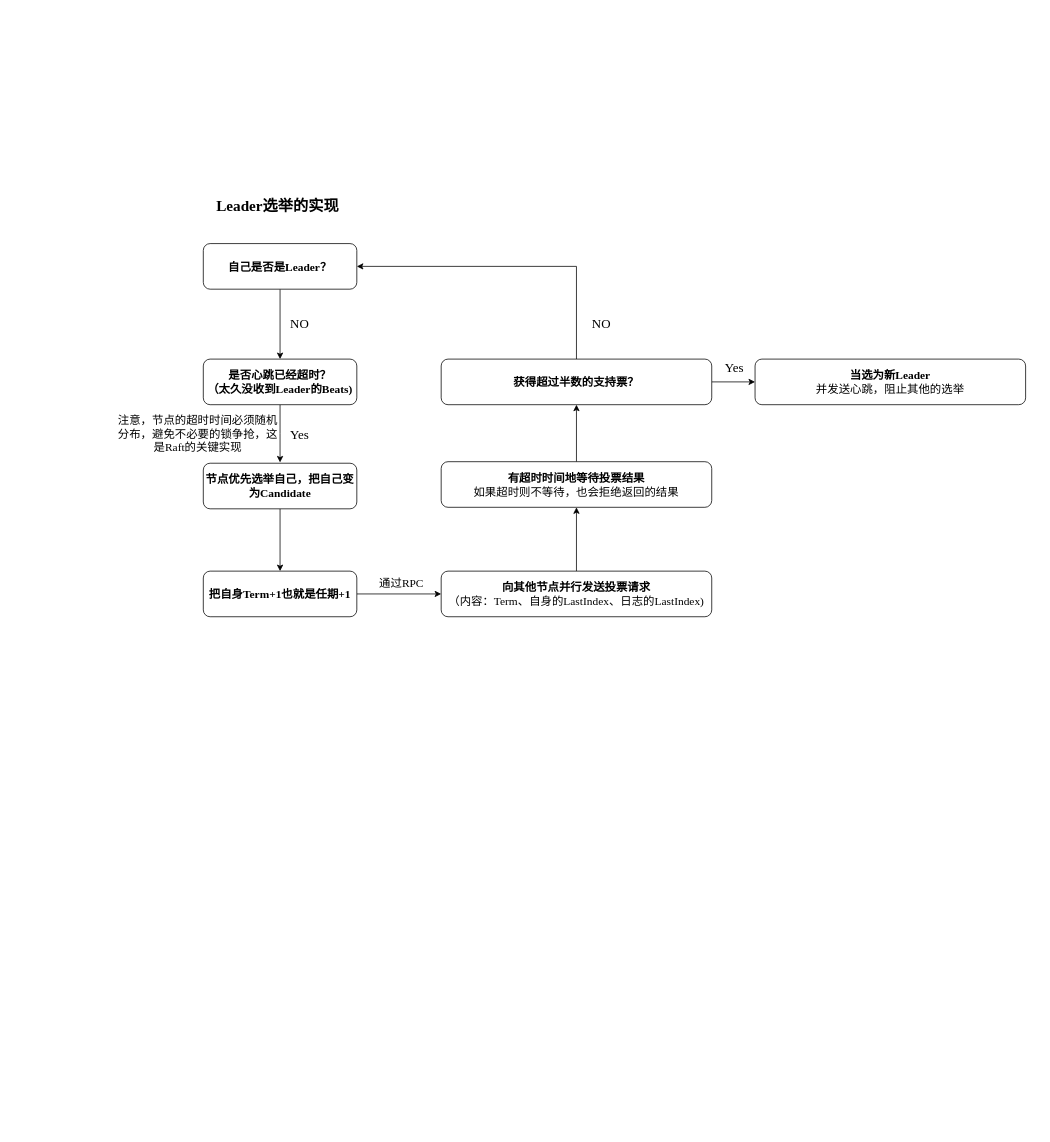
This is Raft.drawio from RK-JD/DrawIO, a draw.io file, before an edit. Source tidied: cells renumbered, new cells numbered last; positions are measured from the earlier drawing's top-left corner, leaving out a move shared by most shapes. Both pictures are drawn from the tidied source at 76%, with x=0, y=0 at pixel (116, 178).
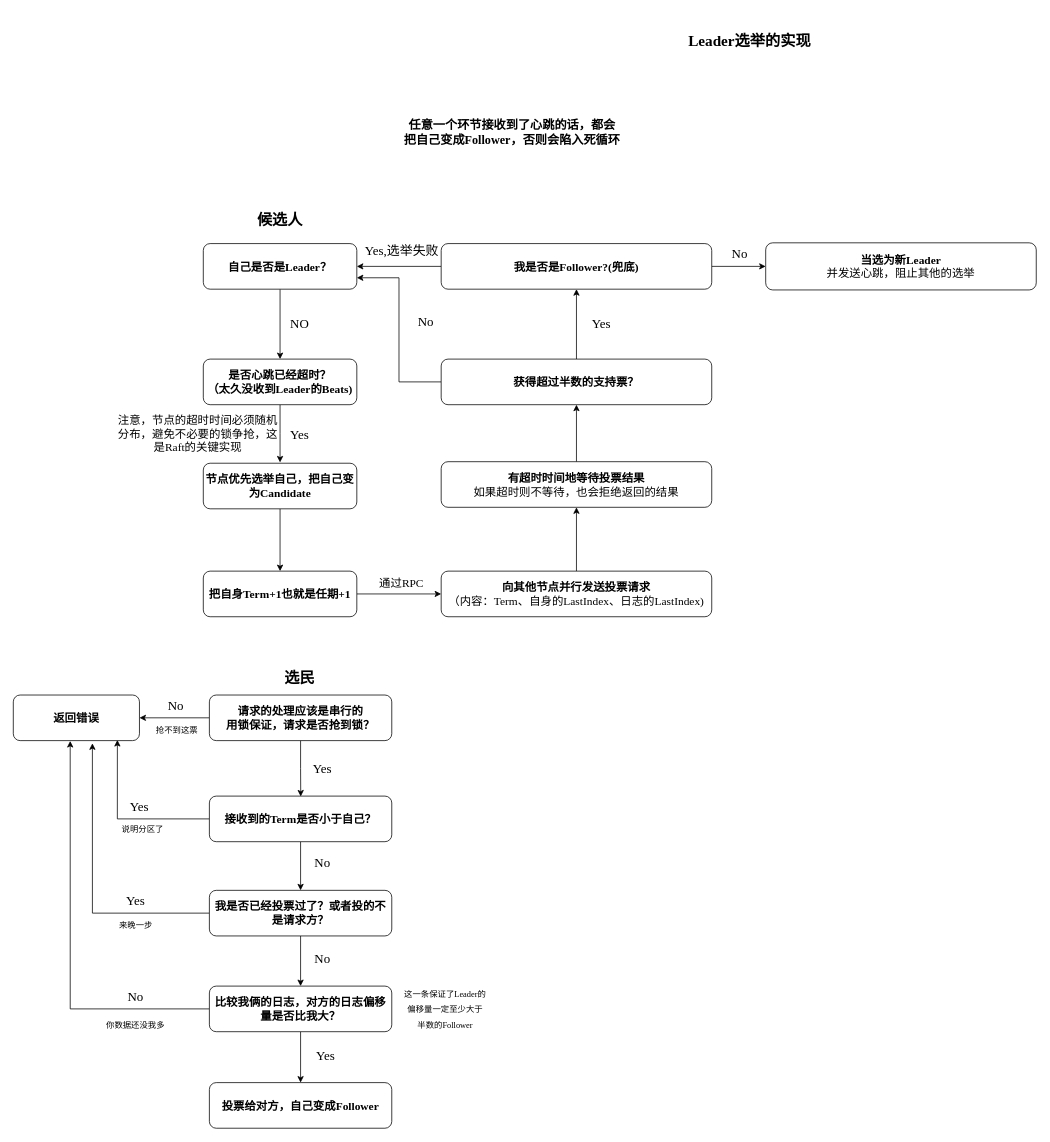
The same page after the edit.

The change refers to these unchanged cells:
```xml
<mxCell id="4" value="&lt;font face=&quot;Times New Roman&quot; style=&quot;font-size: 15px;&quot;&gt;&lt;b&gt;自己是否是Leader？&lt;/b&gt;&lt;/font&gt;" style="rounded=1;whiteSpace=wrap;html=1;" parent="1" vertex="1">
  <mxGeometry x="115" y="86" width="202" height="60" as="geometry" />
</mxCell>
<mxCell id="21" value="&lt;b style=&quot;border-color: var(--border-color); font-family: &amp;quot;Times New Roman&amp;quot;; font-size: 15px;&quot;&gt;获得超过半数的支持票？&lt;/b&gt;&lt;font face=&quot;Times New Roman&quot; style=&quot;font-size: 15px;&quot;&gt;&lt;br&gt;&lt;/font&gt;" style="rounded=1;whiteSpace=wrap;html=1;" parent="1" vertex="1">
  <mxGeometry x="428" y="238" width="356" height="60" as="geometry" />
</mxCell>
```

What changed in the source:
```diff
@@
     <mxCell id="2" value="Leader选举的实现" style="text;html=1;strokeColor=none;fillColor=none;align=center;verticalAlign=middle;whiteSpace=wrap;rounded=0;fontStyle=1;fontFamily=Times New Roman;fontSize=20;labelBorderColor=none;" parent="1" vertex="1">
-      <mxGeometry x="98" width="230" height="70" as="geometry" />
+      <mxGeometry x="719" y="-217" width="230" height="70" as="geometry" />
     </mxCell>
@@
-    <mxCell id="19" style="edgeStyle=orthogonalEdgeStyle;rounded=0;jettySize=auto;html=1;exitX=1;exitY=0.5;exitDx=0;exitDy=0;entryX=0;entryY=0.5;entryDx=0;entryDy=0;" parent="1" edge="1" source="21" target="22">
-      <mxGeometry relative="1" as="geometry" />
-    </mxCell>
+    <mxCell id="25" style="edgeStyle=orthogonalEdgeStyle;rounded=0;jettySize=auto;html=1;exitX=0.5;exitY=0;exitDx=0;exitDy=0;entryX=0.5;entryY=1;entryDx=0;entryDy=0;" parent="1" edge="1" source="21" target="58">
+      <mxGeometry relative="1" as="geometry" />
+    </mxCell>
-    <mxCell id="20" style="edgeStyle=orthogonalEdgeStyle;rounded=0;jettySize=auto;html=1;exitX=0.5;exitY=0;exitDx=0;exitDy=0;entryX=1;entryY=0.5;entryDx=0;entryDy=0;" parent="1" edge="1" source="21" target="4">
+    <mxCell id="20" style="edgeStyle=orthogonalEdgeStyle;rounded=0;jettySize=auto;html=1;exitX=0;exitY=0.5;exitDx=0;exitDy=0;entryX=1;entryY=0.75;entryDx=0;entryDy=0;" parent="1" edge="1" source="21" target="4">
       <mxGeometry relative="1" as="geometry" />
     </mxCell>
@@
     <mxCell id="22" value="&lt;font face=&quot;Times New Roman&quot; style=&quot;font-size: 15px;&quot;&gt;&lt;b&gt;当选为新Leader&lt;br&gt;&lt;/b&gt;并发送心跳，阻止其他的选举&lt;br&gt;&lt;/font&gt;" style="rounded=1;whiteSpace=wrap;html=1;" parent="1" vertex="1">
-      <mxGeometry x="841" y="238" width="356" height="60" as="geometry" />
+      <mxGeometry x="855" y="85" width="356" height="62" as="geometry" />
     </mxCell>
-    <mxCell id="23" value="&lt;font face=&quot;Times New Roman&quot;&gt;Yes&lt;/font&gt;" style="text;html=1;strokeColor=none;fillColor=none;align=center;verticalAlign=middle;whiteSpace=wrap;rounded=0;fontSize=17;" parent="1" vertex="1">
-      <mxGeometry x="784" y="236" width="60" height="30" as="geometry" />
+    <mxCell id="23" value="&lt;font face=&quot;Times New Roman&quot;&gt;No&lt;/font&gt;" style="text;html=1;strokeColor=none;fillColor=none;align=center;verticalAlign=middle;whiteSpace=wrap;rounded=0;fontSize=17;" parent="1" vertex="1">
+      <mxGeometry x="791" y="86" width="60" height="30" as="geometry" />
     </mxCell>
-    <mxCell id="24" value="&lt;font face=&quot;Times New Roman&quot;&gt;NO&lt;/font&gt;" style="text;html=1;strokeColor=none;fillColor=none;align=center;verticalAlign=middle;whiteSpace=wrap;rounded=0;fontSize=17;" parent="1" vertex="1">
-      <mxGeometry x="609" y="177" width="60" height="30" as="geometry" />
-    </mxCell>
+    <mxCell id="26" value="任意一个环节接收到了心跳的话，都会把自己变成Follower，否则会陷入死循环" style="text;html=1;strokeColor=none;fillColor=none;align=center;verticalAlign=middle;whiteSpace=wrap;rounded=0;fontStyle=1;fontFamily=Times New Roman;fontSize=16;labelBorderColor=none;" parent="1" vertex="1">
+      <mxGeometry x="378" y="-95" width="287" height="70" as="geometry" />
+    </mxCell>
+    <mxCell id="27" value="候选人" style="text;html=1;strokeColor=none;fillColor=none;align=center;verticalAlign=middle;whiteSpace=wrap;rounded=0;fontStyle=1;fontFamily=Times New Roman;fontSize=20;labelBorderColor=none;" parent="1" vertex="1">
+      <mxGeometry x="101" y="19" width="230" height="70" as="geometry" />
+    </mxCell>
+    <mxCell id="28" value="选民" style="text;html=1;strokeColor=none;fillColor=none;align=center;verticalAlign=middle;whiteSpace=wrap;rounded=0;fontStyle=1;fontFamily=Times New Roman;fontSize=20;labelBorderColor=none;" parent="1" vertex="1">
+      <mxGeometry x="127" y="622" width="230" height="70" as="geometry" />
+    </mxCell>
+    <mxCell id="29" style="edgeStyle=orthogonalEdgeStyle;rounded=0;jettySize=auto;html=1;exitX=0.5;exitY=1;exitDx=0;exitDy=0;" parent="1" edge="1" source="31">
+      <mxGeometry relative="1" as="geometry">
+        <mxPoint x="243.2" y="813.5" as="targetPoint" />
+      </mxGeometry>
+    </mxCell>
+    <mxCell id="30" style="edgeStyle=orthogonalEdgeStyle;rounded=0;jettySize=auto;html=1;exitX=0;exitY=0.5;exitDx=0;exitDy=0;" parent="1" edge="1" source="31" target="36">
+      <mxGeometry relative="1" as="geometry" />
+    </mxCell>
+    <mxCell id="31" value="&lt;font face=&quot;Times New Roman&quot; style=&quot;font-size: 15px;&quot;&gt;&lt;b&gt;请求的处理应该是串行的&lt;br&gt;用锁保证，请求是否抢到锁？&lt;/b&gt;&lt;/font&gt;" style="rounded=1;whiteSpace=wrap;html=1;" parent="1" vertex="1">
+      <mxGeometry x="123" y="680" width="240" height="60" as="geometry" />
+    </mxCell>
+    <mxCell id="32" style="edgeStyle=orthogonalEdgeStyle;rounded=0;jettySize=auto;html=1;exitX=0.5;exitY=1;exitDx=0;exitDy=0;" parent="1" edge="1" source="34" target="43">
+      <mxGeometry relative="1" as="geometry" />
+    </mxCell>
+    <mxCell id="33" style="edgeStyle=orthogonalEdgeStyle;rounded=0;jettySize=auto;html=1;exitX=0;exitY=0.5;exitDx=0;exitDy=0;entryX=0.825;entryY=0.986;entryDx=0;entryDy=0;entryPerimeter=0;" parent="1" edge="1" source="34" target="36">
+      <mxGeometry relative="1" as="geometry" />
+    </mxCell>
+    <mxCell id="34" value="&lt;font face=&quot;Times New Roman&quot;&gt;&lt;span style=&quot;font-size: 15px;&quot;&gt;&lt;b&gt;接收到的Term是否小于自己？&lt;/b&gt;&lt;/span&gt;&lt;/font&gt;" style="rounded=1;whiteSpace=wrap;html=1;" parent="1" vertex="1">
+      <mxGeometry x="123" y="813" width="240" height="60" as="geometry" />
+    </mxCell>
+    <mxCell id="35" value="&lt;font face=&quot;Times New Roman&quot;&gt;Yes&lt;/font&gt;" style="text;html=1;strokeColor=none;fillColor=none;align=center;verticalAlign=middle;whiteSpace=wrap;rounded=0;fontSize=17;" parent="1" vertex="1">
+      <mxGeometry x="242" y="763" width="60" height="30" as="geometry" />
+    </mxCell>
+    <mxCell id="36" value="&lt;font face=&quot;Times New Roman&quot;&gt;&lt;span style=&quot;font-size: 15px;&quot;&gt;&lt;b&gt;返回错误&lt;br&gt;&lt;/b&gt;&lt;/span&gt;&lt;/font&gt;" style="rounded=1;whiteSpace=wrap;html=1;" parent="1" vertex="1">
+      <mxGeometry x="-135" y="680" width="166" height="60" as="geometry" />
+    </mxCell>
+    <mxCell id="37" value="&lt;font face=&quot;Times New Roman&quot;&gt;No&lt;/font&gt;" style="text;html=1;strokeColor=none;fillColor=none;align=center;verticalAlign=middle;whiteSpace=wrap;rounded=0;fontSize=17;" parent="1" vertex="1">
+      <mxGeometry x="49" y="680" width="60" height="30" as="geometry" />
+    </mxCell>
+    <mxCell id="38" value="&lt;font face=&quot;Times New Roman&quot;&gt;Yes&lt;/font&gt;" style="text;html=1;strokeColor=none;fillColor=none;align=center;verticalAlign=middle;whiteSpace=wrap;rounded=0;fontSize=17;" parent="1" vertex="1">
+      <mxGeometry x="1" y="813" width="60" height="30" as="geometry" />
+    </mxCell>
+    <mxCell id="39" value="&lt;font style=&quot;font-size: 11px;&quot; face=&quot;Times New Roman&quot;&gt;抢不到这票&lt;/font&gt;" style="text;html=1;strokeColor=none;fillColor=none;align=center;verticalAlign=middle;whiteSpace=wrap;rounded=0;fontSize=17;" parent="1" vertex="1">
+      <mxGeometry x="46" y="710" width="69" height="30" as="geometry" />
+    </mxCell>
+    <mxCell id="40" value="&lt;font style=&quot;font-size: 11px;&quot; face=&quot;Times New Roman&quot;&gt;说明分区了&lt;/font&gt;" style="text;html=1;strokeColor=none;fillColor=none;align=center;verticalAlign=middle;whiteSpace=wrap;rounded=0;fontSize=17;" parent="1" vertex="1">
+      <mxGeometry x="1" y="841" width="69" height="30" as="geometry" />
+    </mxCell>
+    <mxCell id="41" style="edgeStyle=orthogonalEdgeStyle;rounded=0;jettySize=auto;html=1;exitX=0.5;exitY=1;exitDx=0;exitDy=0;" parent="1" edge="1" source="43" target="48">
+      <mxGeometry relative="1" as="geometry" />
+    </mxCell>
+    <mxCell id="42" style="edgeStyle=orthogonalEdgeStyle;rounded=0;jettySize=auto;html=1;exitX=0;exitY=0.5;exitDx=0;exitDy=0;entryX=0.627;entryY=1.059;entryDx=0;entryDy=0;entryPerimeter=0;" parent="1" edge="1" source="43" target="36">
+      <mxGeometry relative="1" as="geometry" />
+    </mxCell>
+    <mxCell id="43" value="&lt;font face=&quot;Times New Roman&quot;&gt;&lt;span style=&quot;font-size: 15px;&quot;&gt;&lt;b&gt;我是否已经投票过了？或者投的不是请求方？&lt;/b&gt;&lt;/span&gt;&lt;/font&gt;" style="rounded=1;whiteSpace=wrap;html=1;" parent="1" vertex="1">
+      <mxGeometry x="123" y="937" width="240" height="60" as="geometry" />
+    </mxCell>
+    <mxCell id="44" value="&lt;font face=&quot;Times New Roman&quot;&gt;Yes&lt;/font&gt;" style="text;html=1;strokeColor=none;fillColor=none;align=center;verticalAlign=middle;whiteSpace=wrap;rounded=0;fontSize=17;" parent="1" vertex="1">
+      <mxGeometry x="-4" y="937" width="60" height="30" as="geometry" />
+    </mxCell>
+    <mxCell id="45" value="&lt;font face=&quot;Times New Roman&quot;&gt;&lt;span style=&quot;font-size: 11px;&quot;&gt;来晚一步&lt;/span&gt;&lt;/font&gt;" style="text;html=1;strokeColor=none;fillColor=none;align=center;verticalAlign=middle;whiteSpace=wrap;rounded=0;fontSize=17;" parent="1" vertex="1">
+      <mxGeometry x="-8" y="967" width="69" height="30" as="geometry" />
+    </mxCell>
+    <mxCell id="46" style="edgeStyle=orthogonalEdgeStyle;rounded=0;jettySize=auto;html=1;exitX=0;exitY=0.5;exitDx=0;exitDy=0;entryX=0.451;entryY=1.008;entryDx=0;entryDy=0;entryPerimeter=0;" parent="1" edge="1" source="48" target="36">
+      <mxGeometry relative="1" as="geometry" />
+    </mxCell>
+    <mxCell id="47" style="edgeStyle=orthogonalEdgeStyle;rounded=0;jettySize=auto;html=1;exitX=0.5;exitY=1;exitDx=0;exitDy=0;entryX=0.5;entryY=0;entryDx=0;entryDy=0;" parent="1" edge="1" source="48" target="53">
+      <mxGeometry relative="1" as="geometry" />
+    </mxCell>
+    <mxCell id="48" value="&lt;font face=&quot;Times New Roman&quot;&gt;&lt;span style=&quot;font-size: 15px;&quot;&gt;&lt;b&gt;比较我俩的日志，对方的日志偏移量是否比我大？&lt;/b&gt;&lt;/span&gt;&lt;/font&gt;" style="rounded=1;whiteSpace=wrap;html=1;" parent="1" vertex="1">
+      <mxGeometry x="123" y="1063" width="240" height="60" as="geometry" />
+    </mxCell>
+    <mxCell id="49" value="&lt;font face=&quot;Times New Roman&quot;&gt;No&lt;/font&gt;" style="text;html=1;strokeColor=none;fillColor=none;align=center;verticalAlign=middle;whiteSpace=wrap;rounded=0;fontSize=17;" parent="1" vertex="1">
+      <mxGeometry x="242" y="1013" width="60" height="30" as="geometry" />
+    </mxCell>
+    <mxCell id="50" value="&lt;font face=&quot;Times New Roman&quot;&gt;No&lt;/font&gt;" style="text;html=1;strokeColor=none;fillColor=none;align=center;verticalAlign=middle;whiteSpace=wrap;rounded=0;fontSize=17;" parent="1" vertex="1">
+      <mxGeometry x="242" y="887" width="60" height="30" as="geometry" />
+    </mxCell>
+    <mxCell id="51" value="&lt;font face=&quot;Times New Roman&quot;&gt;No&lt;/font&gt;" style="text;html=1;strokeColor=none;fillColor=none;align=center;verticalAlign=middle;whiteSpace=wrap;rounded=0;fontSize=17;" parent="1" vertex="1">
+      <mxGeometry x="-4" y="1063" width="60" height="30" as="geometry" />
+    </mxCell>
+    <mxCell id="52" value="&lt;font face=&quot;Times New Roman&quot;&gt;&lt;span style=&quot;font-size: 11px;&quot;&gt;你数据还没我多&lt;/span&gt;&lt;/font&gt;" style="text;html=1;strokeColor=none;fillColor=none;align=center;verticalAlign=middle;whiteSpace=wrap;rounded=0;fontSize=17;" parent="1" vertex="1">
+      <mxGeometry x="-21.8" y="1099" width="95.5" height="30" as="geometry" />
+    </mxCell>
+    <mxCell id="53" value="&lt;font face=&quot;Times New Roman&quot;&gt;&lt;span style=&quot;font-size: 15px;&quot;&gt;&lt;b&gt;投票给对方，自己变成Follower&lt;/b&gt;&lt;/span&gt;&lt;/font&gt;" style="rounded=1;whiteSpace=wrap;html=1;" parent="1" vertex="1">
+      <mxGeometry x="123" y="1190" width="240" height="60" as="geometry" />
+    </mxCell>
+    <mxCell id="54" value="&lt;font face=&quot;Times New Roman&quot;&gt;Yes&lt;/font&gt;" style="text;html=1;strokeColor=none;fillColor=none;align=center;verticalAlign=middle;whiteSpace=wrap;rounded=0;fontSize=17;" parent="1" vertex="1">
+      <mxGeometry x="246" y="1141" width="60" height="30" as="geometry" />
+    </mxCell>
+    <mxCell id="55" value="&lt;font style=&quot;font-size: 11px;&quot; face=&quot;Times New Roman&quot;&gt;这一条保证了Leader的偏移量一定至少大于半数的Follower&lt;/font&gt;" style="text;html=1;strokeColor=none;fillColor=none;align=center;verticalAlign=middle;whiteSpace=wrap;rounded=0;fontSize=17;" parent="1" vertex="1">
+      <mxGeometry x="378" y="1052" width="111" height="82" as="geometry" />
+    </mxCell>
+    <mxCell id="56" style="edgeStyle=orthogonalEdgeStyle;rounded=0;jettySize=auto;html=1;exitX=1;exitY=0.5;exitDx=0;exitDy=0;entryX=0;entryY=0.5;entryDx=0;entryDy=0;" parent="1" edge="1" source="58" target="22">
+      <mxGeometry relative="1" as="geometry" />
+    </mxCell>
+    <mxCell id="57" style="edgeStyle=orthogonalEdgeStyle;rounded=0;jettySize=auto;html=1;exitX=0;exitY=0.5;exitDx=0;exitDy=0;entryX=1;entryY=0.5;entryDx=0;entryDy=0;" parent="1" edge="1" source="58" target="4">
+      <mxGeometry relative="1" as="geometry" />
+    </mxCell>
+    <mxCell id="58" value="&lt;font face=&quot;Times New Roman&quot; style=&quot;font-size: 15px;&quot;&gt;&lt;b&gt;我是否是Follower?(兜底)&lt;/b&gt;&lt;br&gt;&lt;/font&gt;" style="rounded=1;whiteSpace=wrap;html=1;" parent="1" vertex="1">
+      <mxGeometry x="428" y="86" width="356" height="60" as="geometry" />
+    </mxCell>
+    <mxCell id="59" value="&lt;font face=&quot;Times New Roman&quot;&gt;Yes&lt;/font&gt;" style="text;html=1;strokeColor=none;fillColor=none;align=center;verticalAlign=middle;whiteSpace=wrap;rounded=0;fontSize=17;" parent="1" vertex="1">
+      <mxGeometry x="609" y="177" width="60" height="30" as="geometry" />
+    </mxCell>
+    <mxCell id="60" value="&lt;font face=&quot;Times New Roman&quot;&gt;Yes,选举失败&lt;/font&gt;" style="text;html=1;strokeColor=none;fillColor=none;align=center;verticalAlign=middle;whiteSpace=wrap;rounded=0;fontSize=17;" parent="1" vertex="1">
+      <mxGeometry x="308.5" y="82" width="135" height="30" as="geometry" />
+    </mxCell>
+    <mxCell id="61" value="&lt;font face=&quot;Times New Roman&quot;&gt;No&lt;/font&gt;" style="text;html=1;strokeColor=none;fillColor=none;align=center;verticalAlign=middle;whiteSpace=wrap;rounded=0;fontSize=17;" parent="1" vertex="1">
+      <mxGeometry x="378" y="175" width="60" height="30" as="geometry" />
+    </mxCell>
```
